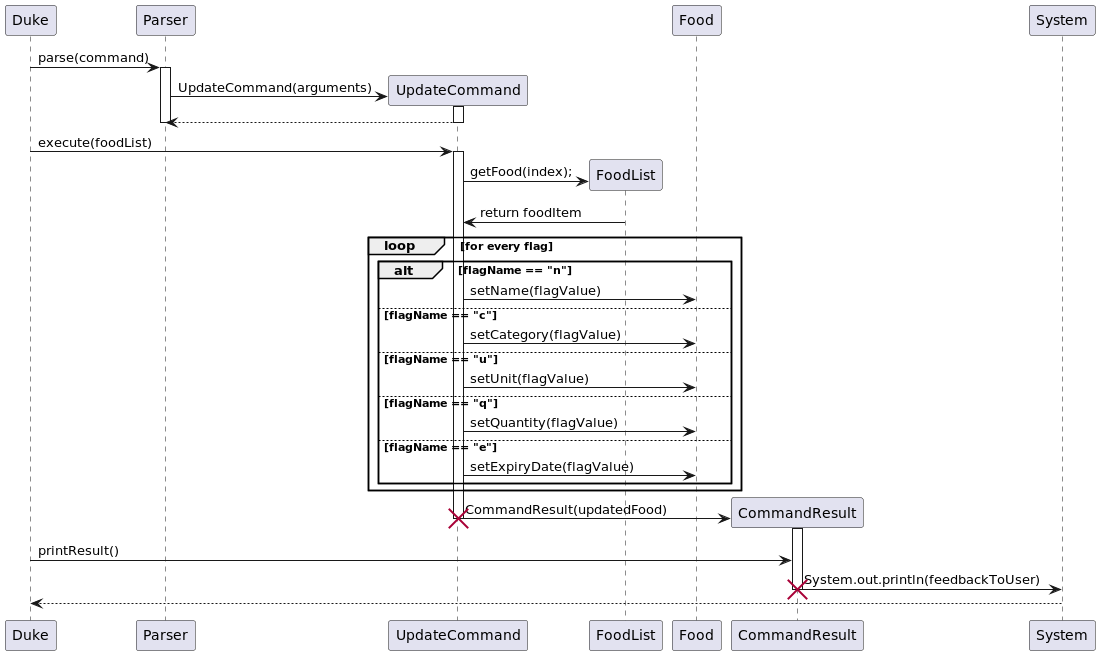
Earlier version of the PlantUML export docs/images/UpdateCommandSequenceDiagram.png (tsx0314/tp).
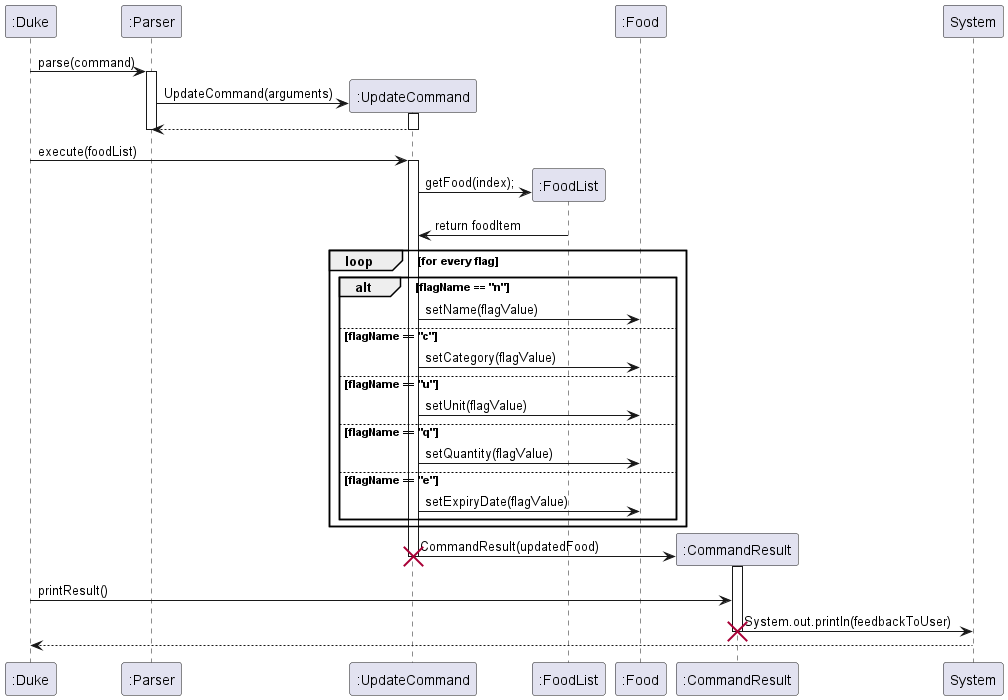
After the commit.

What changed in the source:
```diff
@@ -1,45 +1,45 @@
 @startuml
-Duke -> Parser: parse(command)
-activate Parser
+":Duke" -> ":Parser": parse(command)
+activate ":Parser"
 
-create UpdateCommand
-UpdateCommand <- Parser : UpdateCommand(arguments)
-activate UpdateCommand
-UpdateCommand --> Parser
-deactivate UpdateCommand
-deactivate Parser
+create ":UpdateCommand"
+":UpdateCommand" <- ":Parser" : UpdateCommand(arguments)
+activate ":UpdateCommand"
+":UpdateCommand" --> ":Parser"
+deactivate ":UpdateCommand"
+deactivate ":Parser"
 
-Duke -> UpdateCommand : execute(foodList)
-activate UpdateCommand
+":Duke" -> ":UpdateCommand" : execute(foodList)
+activate ":UpdateCommand"
 
-create FoodList
-UpdateCommand -> FoodList: getFood(index);
-FoodList -> UpdateCommand: return foodItem
+create ":FoodList"
+":UpdateCommand" -> ":FoodList": getFood(index);
+":FoodList" -> ":UpdateCommand": return foodItem
 
 loop for every flag
     alt flagName == "n"
-        UpdateCommand -> Food: setName(flagValue)
+        ":UpdateCommand" -> ":Food": setName(flagValue)
     else flagName == "c"
-            UpdateCommand -> Food: setCategory(flagValue)
+            ":UpdateCommand" -> ":Food": setCategory(flagValue)
     else flagName == "u"
-            UpdateCommand -> Food: setUnit(flagValue)
+            ":UpdateCommand" -> ":Food": setUnit(flagValue)
     else flagName == "q"
-            UpdateCommand -> Food: setQuantity(flagValue)
+            ":UpdateCommand" -> ":Food": setQuantity(flagValue)
     else flagName == "e"
-            UpdateCommand -> Food: setExpiryDate(flagValue)
+            ":UpdateCommand" -> ":Food": setExpiryDate(flagValue)
     end
 end
 
-create CommandResult
-UpdateCommand -> CommandResult : CommandResult(updatedFood)
-activate CommandResult
-deactivate UpdateCommand
-destroy UpdateCommand
+create ":CommandResult"
+":UpdateCommand" -> ":CommandResult" : CommandResult(updatedFood)
+activate ":CommandResult"
+deactivate ":UpdateCommand"
+destroy ":UpdateCommand"
 
-Duke -> CommandResult: printResult()
-CommandResult->System: System.out.println(feedbackToUser)
-deactivate CommandResult
-destroy CommandResult
+":Duke" -> ":CommandResult": printResult()
+":CommandResult"->System: System.out.println(feedbackToUser)
+deactivate ":CommandResult"
+destroy ":CommandResult"
 
-System --> Duke
+System --> ":Duke"
 @enduml
```
